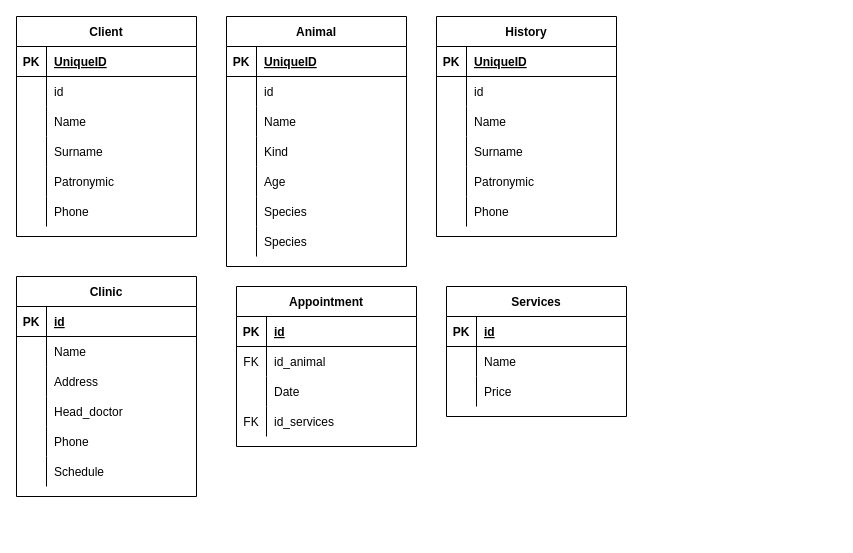
Above: Untitled Diagram.drawio in 21shunya/vet (draw.io), before the change. Source tidied: cells renumbered, new cells numbered last; positions are measured from the earlier drawing's top-left corner, leaving out a move shared by most shapes. Both pictures are drawn from the tidied source at 100%, with x=0, y=0 at pixel (16, 16).
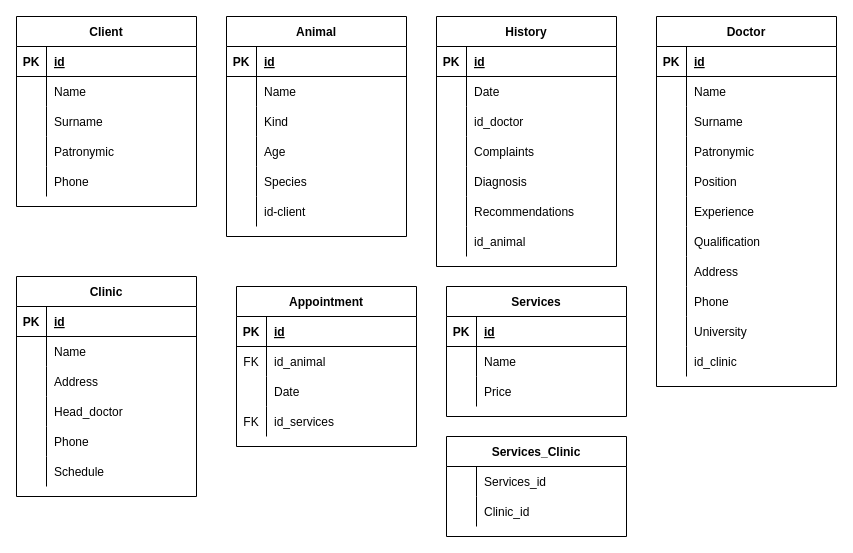
The same page after the edit.

Unchanged cells that the change refers to:
```xml
<mxCell id="3" style="shape=partialRectangle;fillColor=none;top=0;left=0;bottom=1;right=0;" parent="2" vertex="1">
  <mxGeometry y="30" width="180" height="30" as="geometry" />
</mxCell>
<mxCell id="22" style="shape=partialRectangle;fillColor=none;top=0;left=0;bottom=1;right=0;" parent="21" vertex="1">
  <mxGeometry y="30" width="180" height="30" as="geometry" />
</mxCell>
<mxCell id="44" style="shape=partialRectangle;fillColor=none;top=0;left=0;bottom=1;right=0;" parent="43" vertex="1">
  <mxGeometry y="30" width="180" height="30" as="geometry" />
</mxCell>
```

What changed in the source:
```diff
@@
     <mxCell id="2" value="Client" style="shape=table;startSize=30;childLayout=tableLayout;rowLines=0;fontStyle=1;align=center;" parent="1" vertex="1">
-      <mxGeometry width="180" height="220" as="geometry" />
+      <mxGeometry width="180" height="190" as="geometry" />
     </mxCell>
@@
-    <mxCell id="5" value="UniqueID" style="shape=partialRectangle;fillColor=none;top=0;left=0;bottom=0;right=0;align=left;spacingLeft=6;fontStyle=5;overflow=hidden;" parent="3" vertex="1">
+    <mxCell id="5" value="id" style="shape=partialRectangle;fillColor=none;top=0;left=0;bottom=0;right=0;align=left;spacingLeft=6;fontStyle=5;overflow=hidden;" parent="3" vertex="1">
       <mxGeometry x="30" width="150" height="30" as="geometry" />
     </mxCell>
-    <mxCell id="6" style="shape=partialRectangle;fillColor=none;top=0;left=0;bottom=0;right=0;" parent="2" vertex="1">
-      <mxGeometry y="60" width="180" height="30" as="geometry" />
-    </mxCell>
-    <mxCell id="7" style="shape=partialRectangle;fillColor=none;top=0;left=0;bottom=0;right=0;overflow=hidden;" parent="6" vertex="1">
-      <mxGeometry width="30" height="30" as="geometry" />
-    </mxCell>
-    <mxCell id="8" value="id" style="shape=partialRectangle;fillColor=none;top=0;left=0;bottom=0;right=0;align=left;spacingLeft=6;overflow=hidden;" parent="6" vertex="1">
-      <mxGeometry x="30" width="150" height="30" as="geometry" />
-    </mxCell>
     <mxCell id="9" style="shape=partialRectangle;fillColor=none;top=0;left=0;bottom=0;right=0;" parent="2" vertex="1">
-      <mxGeometry y="90" width="180" height="30" as="geometry" />
+      <mxGeometry y="60" width="180" height="30" as="geometry" />
     </mxCell>
@@
     <mxCell id="12" style="shape=partialRectangle;fillColor=none;top=0;left=0;bottom=0;right=0;" parent="2" vertex="1">
-      <mxGeometry y="120" width="180" height="30" as="geometry" />
+      <mxGeometry y="90" width="180" height="30" as="geometry" />
     </mxCell>
@@
     <mxCell id="15" style="shape=partialRectangle;fillColor=none;top=0;left=0;bottom=0;right=0;" parent="2" vertex="1">
-      <mxGeometry y="150" width="180" height="30" as="geometry" />
+      <mxGeometry y="120" width="180" height="30" as="geometry" />
     </mxCell>
@@
     <mxCell id="18" style="shape=partialRectangle;fillColor=none;top=0;left=0;bottom=0;right=0;" parent="2" vertex="1">
-      <mxGeometry y="180" width="180" height="30" as="geometry" />
+      <mxGeometry y="150" width="180" height="30" as="geometry" />
     </mxCell>
@@
     <mxCell id="21" value="Animal" style="shape=table;startSize=30;childLayout=tableLayout;rowLines=0;fontStyle=1;align=center;" parent="1" vertex="1">
-      <mxGeometry x="210" width="180" height="250" as="geometry" />
+      <mxGeometry x="210" width="180" height="220" as="geometry" />
     </mxCell>
@@
-    <mxCell id="24" value="UniqueID" style="shape=partialRectangle;fillColor=none;top=0;left=0;bottom=0;right=0;align=left;spacingLeft=6;fontStyle=5;overflow=hidden;" parent="22" vertex="1">
+    <mxCell id="24" value="id" style="shape=partialRectangle;fillColor=none;top=0;left=0;bottom=0;right=0;align=left;spacingLeft=6;fontStyle=5;overflow=hidden;" parent="22" vertex="1">
       <mxGeometry x="30" width="150" height="30" as="geometry" />
     </mxCell>
-    <mxCell id="25" style="shape=partialRectangle;fillColor=none;top=0;left=0;bottom=0;right=0;" parent="21" vertex="1">
-      <mxGeometry y="60" width="180" height="30" as="geometry" />
-    </mxCell>
-    <mxCell id="26" style="shape=partialRectangle;fillColor=none;top=0;left=0;bottom=0;right=0;overflow=hidden;" parent="25" vertex="1">
-      <mxGeometry width="30" height="30" as="geometry" />
-    </mxCell>
-    <mxCell id="27" value="id" style="shape=partialRectangle;fillColor=none;top=0;left=0;bottom=0;right=0;align=left;spacingLeft=6;overflow=hidden;" parent="25" vertex="1">
-      <mxGeometry x="30" width="150" height="30" as="geometry" />
-    </mxCell>
     <mxCell id="28" style="shape=partialRectangle;fillColor=none;top=0;left=0;bottom=0;right=0;" parent="21" vertex="1">
-      <mxGeometry y="90" width="180" height="30" as="geometry" />
+      <mxGeometry y="60" width="180" height="30" as="geometry" />
     </mxCell>
@@
     <mxCell id="31" style="shape=partialRectangle;fillColor=none;top=0;left=0;bottom=0;right=0;" parent="21" vertex="1">
-      <mxGeometry y="120" width="180" height="30" as="geometry" />
+      <mxGeometry y="90" width="180" height="30" as="geometry" />
     </mxCell>
@@
     <mxCell id="34" style="shape=partialRectangle;fillColor=none;top=0;left=0;bottom=0;right=0;" parent="21" vertex="1">
-      <mxGeometry y="150" width="180" height="30" as="geometry" />
+      <mxGeometry y="120" width="180" height="30" as="geometry" />
     </mxCell>
@@
     <mxCell id="37" style="shape=partialRectangle;fillColor=none;top=0;left=0;bottom=0;right=0;" parent="21" vertex="1">
-      <mxGeometry y="180" width="180" height="30" as="geometry" />
+      <mxGeometry y="150" width="180" height="30" as="geometry" />
     </mxCell>
@@
     <mxCell id="40" style="shape=partialRectangle;fillColor=none;top=0;left=0;bottom=0;right=0;" parent="21" vertex="1">
-      <mxGeometry y="210" width="180" height="30" as="geometry" />
+      <mxGeometry y="180" width="180" height="30" as="geometry" />
     </mxCell>
@@
-    <mxCell id="42" value="Species" style="shape=partialRectangle;fillColor=none;top=0;left=0;bottom=0;right=0;align=left;spacingLeft=6;overflow=hidden;" parent="40" vertex="1">
+    <mxCell id="42" value="id-client" style="shape=partialRectangle;fillColor=none;top=0;left=0;bottom=0;right=0;align=left;spacingLeft=6;overflow=hidden;" parent="40" vertex="1">
       <mxGeometry x="30" width="150" height="30" as="geometry" />
     </mxCell>
     <mxCell id="43" value="History" style="shape=table;startSize=30;childLayout=tableLayout;rowLines=0;fontStyle=1;align=center;" parent="1" vertex="1">
-      <mxGeometry x="420" width="180" height="220" as="geometry" />
+      <mxGeometry x="420" width="180" height="250" as="geometry" />
     </mxCell>
@@
-    <mxCell id="46" value="UniqueID" style="shape=partialRectangle;fillColor=none;top=0;left=0;bottom=0;right=0;align=left;spacingLeft=6;fontStyle=5;overflow=hidden;" parent="44" vertex="1">
+    <mxCell id="46" value="id" style="shape=partialRectangle;fillColor=none;top=0;left=0;bottom=0;right=0;align=left;spacingLeft=6;fontStyle=5;overflow=hidden;" parent="44" vertex="1">
       <mxGeometry x="30" width="150" height="30" as="geometry" />
     </mxCell>
-    <mxCell id="47" style="shape=partialRectangle;fillColor=none;top=0;left=0;bottom=0;right=0;" parent="43" vertex="1">
-      <mxGeometry y="60" width="180" height="30" as="geometry" />
-    </mxCell>
-    <mxCell id="48" style="shape=partialRectangle;fillColor=none;top=0;left=0;bottom=0;right=0;overflow=hidden;" parent="47" vertex="1">
-      <mxGeometry width="30" height="30" as="geometry" />
-    </mxCell>
-    <mxCell id="49" value="id" style="shape=partialRectangle;fillColor=none;top=0;left=0;bottom=0;right=0;align=left;spacingLeft=6;overflow=hidden;" parent="47" vertex="1">
-      <mxGeometry x="30" width="150" height="30" as="geometry" />
-    </mxCell>
     <mxCell id="50" style="shape=partialRectangle;fillColor=none;top=0;left=0;bottom=0;right=0;" parent="43" vertex="1">
-      <mxGeometry y="90" width="180" height="30" as="geometry" />
+      <mxGeometry y="60" width="180" height="30" as="geometry" />
     </mxCell>
@@
-    <mxCell id="52" value="Name" style="shape=partialRectangle;fillColor=none;top=0;left=0;bottom=0;right=0;align=left;spacingLeft=6;overflow=hidden;" parent="50" vertex="1">
+    <mxCell id="52" value="Date" style="shape=partialRectangle;fillColor=none;top=0;left=0;bottom=0;right=0;align=left;spacingLeft=6;overflow=hidden;" parent="50" vertex="1">
       <mxGeometry x="30" width="150" height="30" as="geometry" />
     </mxCell>
     <mxCell id="53" style="shape=partialRectangle;fillColor=none;top=0;left=0;bottom=0;right=0;" parent="43" vertex="1">
-      <mxGeometry y="120" width="180" height="30" as="geometry" />
+      <mxGeometry y="90" width="180" height="30" as="geometry" />
     </mxCell>
@@
-    <mxCell id="55" value="Surname" style="shape=partialRectangle;fillColor=none;top=0;left=0;bottom=0;right=0;align=left;spacingLeft=6;overflow=hidden;" parent="53" vertex="1">
+    <mxCell id="55" value="id_doctor" style="shape=partialRectangle;fillColor=none;top=0;left=0;bottom=0;right=0;align=left;spacingLeft=6;overflow=hidden;" parent="53" vertex="1">
       <mxGeometry x="30" width="150" height="30" as="geometry" />
     </mxCell>
     <mxCell id="56" style="shape=partialRectangle;fillColor=none;top=0;left=0;bottom=0;right=0;" parent="43" vertex="1">
-      <mxGeometry y="150" width="180" height="30" as="geometry" />
+      <mxGeometry y="120" width="180" height="30" as="geometry" />
     </mxCell>
@@
-    <mxCell id="58" value="Patronymic" style="shape=partialRectangle;fillColor=none;top=0;left=0;bottom=0;right=0;align=left;spacingLeft=6;overflow=hidden;" parent="56" vertex="1">
+    <mxCell id="58" value="Complaints" style="shape=partialRectangle;fillColor=none;top=0;left=0;bottom=0;right=0;align=left;spacingLeft=6;overflow=hidden;" parent="56" vertex="1">
       <mxGeometry x="30" width="150" height="30" as="geometry" />
     </mxCell>
     <mxCell id="59" style="shape=partialRectangle;fillColor=none;top=0;left=0;bottom=0;right=0;" parent="43" vertex="1">
-      <mxGeometry y="180" width="180" height="30" as="geometry" />
+      <mxGeometry y="150" width="180" height="30" as="geometry" />
     </mxCell>
@@
-    <mxCell id="61" value="Phone" style="shape=partialRectangle;fillColor=none;top=0;left=0;bottom=0;right=0;align=left;spacingLeft=6;overflow=hidden;" parent="59" vertex="1">
+    <mxCell id="61" value="Diagnosis" style="shape=partialRectangle;fillColor=none;top=0;left=0;bottom=0;right=0;align=left;spacingLeft=6;overflow=hidden;" parent="59" vertex="1">
       <mxGeometry x="30" width="150" height="30" as="geometry" />
     </mxCell>
+    <mxCell id="104" style="shape=partialRectangle;fillColor=none;top=0;left=0;bottom=0;right=0;" parent="43" vertex="1">
+      <mxGeometry y="180" width="180" height="30" as="geometry" />
+    </mxCell>
+    <mxCell id="105" style="shape=partialRectangle;fillColor=none;top=0;left=0;bottom=0;right=0;overflow=hidden;" parent="104" vertex="1">
+      <mxGeometry width="30" height="30" as="geometry" />
+    </mxCell>
+    <mxCell id="106" value="Recommendations" style="shape=partialRectangle;fillColor=none;top=0;left=0;bottom=0;right=0;align=left;spacingLeft=6;overflow=hidden;" parent="104" vertex="1">
+      <mxGeometry x="30" width="150" height="30" as="geometry" />
+    </mxCell>
+    <mxCell id="107" style="shape=partialRectangle;fillColor=none;top=0;left=0;bottom=0;right=0;" parent="43" vertex="1">
+      <mxGeometry y="210" width="180" height="30" as="geometry" />
+    </mxCell>
+    <mxCell id="108" style="shape=partialRectangle;fillColor=none;top=0;left=0;bottom=0;right=0;overflow=hidden;" parent="107" vertex="1">
+      <mxGeometry width="30" height="30" as="geometry" />
+    </mxCell>
+    <mxCell id="109" value="id_animal" style="shape=partialRectangle;fillColor=none;top=0;left=0;bottom=0;right=0;align=left;spacingLeft=6;overflow=hidden;" parent="107" vertex="1">
+      <mxGeometry x="30" width="150" height="30" as="geometry" />
+    </mxCell>
+    <mxCell id="110" value="Doctor" style="shape=table;startSize=30;childLayout=tableLayout;rowLines=0;fontStyle=1;align=center;" parent="1" vertex="1">
+      <mxGeometry x="640" width="180" height="370" as="geometry" />
+    </mxCell>
+    <mxCell id="111" style="shape=partialRectangle;fillColor=none;top=0;left=0;bottom=1;right=0;" parent="110" vertex="1">
+      <mxGeometry y="30" width="180" height="30" as="geometry" />
+    </mxCell>
+    <mxCell id="112" value="PK" style="shape=partialRectangle;fillColor=none;top=0;left=0;bottom=0;right=0;fontStyle=1;overflow=hidden;" parent="111" vertex="1">
+      <mxGeometry width="30" height="30" as="geometry" />
+    </mxCell>
+    <mxCell id="113" value="id" style="shape=partialRectangle;fillColor=none;top=0;left=0;bottom=0;right=0;align=left;spacingLeft=6;fontStyle=5;overflow=hidden;" parent="111" vertex="1">
+      <mxGeometry x="30" width="150" height="30" as="geometry" />
+    </mxCell>
+    <mxCell id="114" style="shape=partialRectangle;fillColor=none;top=0;left=0;bottom=0;right=0;" parent="110" vertex="1">
+      <mxGeometry y="60" width="180" height="30" as="geometry" />
+    </mxCell>
+    <mxCell id="115" style="shape=partialRectangle;fillColor=none;top=0;left=0;bottom=0;right=0;overflow=hidden;" parent="114" vertex="1">
+      <mxGeometry width="30" height="30" as="geometry" />
+    </mxCell>
+    <mxCell id="116" value="Name" style="shape=partialRectangle;fillColor=none;top=0;left=0;bottom=0;right=0;align=left;spacingLeft=6;overflow=hidden;" parent="114" vertex="1">
+      <mxGeometry x="30" width="150" height="30" as="geometry" />
+    </mxCell>
+    <mxCell id="117" style="shape=partialRectangle;fillColor=none;top=0;left=0;bottom=0;right=0;" parent="110" vertex="1">
+      <mxGeometry y="90" width="180" height="30" as="geometry" />
+    </mxCell>
+    <mxCell id="118" style="shape=partialRectangle;fillColor=none;top=0;left=0;bottom=0;right=0;overflow=hidden;" parent="117" vertex="1">
+      <mxGeometry width="30" height="30" as="geometry" />
+    </mxCell>
+    <mxCell id="119" value="Surname" style="shape=partialRectangle;fillColor=none;top=0;left=0;bottom=0;right=0;align=left;spacingLeft=6;overflow=hidden;" parent="117" vertex="1">
+      <mxGeometry x="30" width="150" height="30" as="geometry" />
+    </mxCell>
+    <mxCell id="120" style="shape=partialRectangle;fillColor=none;top=0;left=0;bottom=0;right=0;" parent="110" vertex="1">
+      <mxGeometry y="120" width="180" height="30" as="geometry" />
+    </mxCell>
+    <mxCell id="121" style="shape=partialRectangle;fillColor=none;top=0;left=0;bottom=0;right=0;overflow=hidden;" parent="120" vertex="1">
+      <mxGeometry width="30" height="30" as="geometry" />
+    </mxCell>
+    <mxCell id="122" value="Patronymic" style="shape=partialRectangle;fillColor=none;top=0;left=0;bottom=0;right=0;align=left;spacingLeft=6;overflow=hidden;" parent="120" vertex="1">
+      <mxGeometry x="30" width="150" height="30" as="geometry" />
+    </mxCell>
+    <mxCell id="123" style="shape=partialRectangle;fillColor=none;top=0;left=0;bottom=0;right=0;" parent="110" vertex="1">
+      <mxGeometry y="150" width="180" height="30" as="geometry" />
+    </mxCell>
+    <mxCell id="124" style="shape=partialRectangle;fillColor=none;top=0;left=0;bottom=0;right=0;overflow=hidden;" parent="123" vertex="1">
+      <mxGeometry width="30" height="30" as="geometry" />
+    </mxCell>
+    <mxCell id="125" value="Position" style="shape=partialRectangle;fillColor=none;top=0;left=0;bottom=0;right=0;align=left;spacingLeft=6;overflow=hidden;" parent="123" vertex="1">
+      <mxGeometry x="30" width="150" height="30" as="geometry" />
+    </mxCell>
+    <mxCell id="126" style="shape=partialRectangle;fillColor=none;top=0;left=0;bottom=0;right=0;" parent="110" vertex="1">
+      <mxGeometry y="180" width="180" height="30" as="geometry" />
+    </mxCell>
+    <mxCell id="127" style="shape=partialRectangle;fillColor=none;top=0;left=0;bottom=0;right=0;overflow=hidden;" parent="126" vertex="1">
+      <mxGeometry width="30" height="30" as="geometry" />
+    </mxCell>
+    <mxCell id="128" value="Experience" style="shape=partialRectangle;fillColor=none;top=0;left=0;bottom=0;right=0;align=left;spacingLeft=6;overflow=hidden;" parent="126" vertex="1">
+      <mxGeometry x="30" width="150" height="30" as="geometry" />
+    </mxCell>
+    <mxCell id="129" style="shape=partialRectangle;fillColor=none;top=0;left=0;bottom=0;right=0;" parent="110" vertex="1">
+      <mxGeometry y="210" width="180" height="30" as="geometry" />
+    </mxCell>
+    <mxCell id="130" style="shape=partialRectangle;fillColor=none;top=0;left=0;bottom=0;right=0;overflow=hidden;" parent="129" vertex="1">
+      <mxGeometry width="30" height="30" as="geometry" />
+    </mxCell>
+    <mxCell id="131" value="Qualification" style="shape=partialRectangle;fillColor=none;top=0;left=0;bottom=0;right=0;align=left;spacingLeft=6;overflow=hidden;" parent="129" vertex="1">
+      <mxGeometry x="30" width="150" height="30" as="geometry" />
+    </mxCell>
+    <mxCell id="132" style="shape=partialRectangle;fillColor=none;top=0;left=0;bottom=0;right=0;" parent="110" vertex="1">
+      <mxGeometry y="240" width="180" height="30" as="geometry" />
+    </mxCell>
+    <mxCell id="133" style="shape=partialRectangle;fillColor=none;top=0;left=0;bottom=0;right=0;overflow=hidden;" parent="132" vertex="1">
+      <mxGeometry width="30" height="30" as="geometry" />
+    </mxCell>
+    <mxCell id="134" value="Address" style="shape=partialRectangle;fillColor=none;top=0;left=0;bottom=0;right=0;align=left;spacingLeft=6;overflow=hidden;" parent="132" vertex="1">
+      <mxGeometry x="30" width="150" height="30" as="geometry" />
+    </mxCell>
+    <mxCell id="135" style="shape=partialRectangle;fillColor=none;top=0;left=0;bottom=0;right=0;" parent="110" vertex="1">
+      <mxGeometry y="270" width="180" height="30" as="geometry" />
+    </mxCell>
+    <mxCell id="136" style="shape=partialRectangle;fillColor=none;top=0;left=0;bottom=0;right=0;overflow=hidden;" parent="135" vertex="1">
+      <mxGeometry width="30" height="30" as="geometry" />
+    </mxCell>
+    <mxCell id="137" value="Phone" style="shape=partialRectangle;fillColor=none;top=0;left=0;bottom=0;right=0;align=left;spacingLeft=6;overflow=hidden;" parent="135" vertex="1">
+      <mxGeometry x="30" width="150" height="30" as="geometry" />
+    </mxCell>
+    <mxCell id="138" style="shape=partialRectangle;fillColor=none;top=0;left=0;bottom=0;right=0;" parent="110" vertex="1">
+      <mxGeometry y="300" width="180" height="30" as="geometry" />
+    </mxCell>
+    <mxCell id="139" style="shape=partialRectangle;fillColor=none;top=0;left=0;bottom=0;right=0;overflow=hidden;" parent="138" vertex="1">
+      <mxGeometry width="30" height="30" as="geometry" />
+    </mxCell>
+    <mxCell id="140" value="University" style="shape=partialRectangle;fillColor=none;top=0;left=0;bottom=0;right=0;align=left;spacingLeft=6;overflow=hidden;" parent="138" vertex="1">
+      <mxGeometry x="30" width="150" height="30" as="geometry" />
+    </mxCell>
+    <mxCell id="141" style="shape=partialRectangle;fillColor=none;top=0;left=0;bottom=0;right=0;" parent="110" vertex="1">
+      <mxGeometry y="330" width="180" height="30" as="geometry" />
+    </mxCell>
+    <mxCell id="142" style="shape=partialRectangle;fillColor=none;top=0;left=0;bottom=0;right=0;overflow=hidden;" parent="141" vertex="1">
+      <mxGeometry width="30" height="30" as="geometry" />
+    </mxCell>
+    <mxCell id="143" value="id_clinic" style="shape=partialRectangle;fillColor=none;top=0;left=0;bottom=0;right=0;align=left;spacingLeft=6;overflow=hidden;" parent="141" vertex="1">
+      <mxGeometry x="30" width="150" height="30" as="geometry" />
+    </mxCell>
@@
+    <mxCell id="144" value="Services_Clinic" style="shape=table;startSize=30;childLayout=tableLayout;rowLines=0;fontStyle=1;align=center;" parent="1" vertex="1">
+      <mxGeometry x="430" y="420" width="180" height="100" as="geometry" />
+    </mxCell>
+    <mxCell id="145" style="shape=partialRectangle;fillColor=none;top=0;left=0;bottom=0;right=0;" parent="144" vertex="1">
+      <mxGeometry y="30" width="180" height="30" as="geometry" />
+    </mxCell>
+    <mxCell id="146" style="shape=partialRectangle;fillColor=none;top=0;left=0;bottom=0;right=0;overflow=hidden;" parent="145" vertex="1">
+      <mxGeometry width="30" height="30" as="geometry" />
+    </mxCell>
+    <mxCell id="147" value="Services_id" style="shape=partialRectangle;fillColor=none;top=0;left=0;bottom=0;right=0;align=left;spacingLeft=6;overflow=hidden;" parent="145" vertex="1">
+      <mxGeometry x="30" width="150" height="30" as="geometry" />
+    </mxCell>
+    <mxCell id="148" style="shape=partialRectangle;fillColor=none;top=0;left=0;bottom=0;right=0;" parent="144" vertex="1">
+      <mxGeometry y="60" width="180" height="30" as="geometry" />
+    </mxCell>
+    <mxCell id="149" style="shape=partialRectangle;fillColor=none;top=0;left=0;bottom=0;right=0;overflow=hidden;" parent="148" vertex="1">
+      <mxGeometry width="30" height="30" as="geometry" />
+    </mxCell>
+    <mxCell id="150" value="Clinic_id" style="shape=partialRectangle;fillColor=none;top=0;left=0;bottom=0;right=0;align=left;spacingLeft=6;overflow=hidden;" parent="148" vertex="1">
+      <mxGeometry x="30" width="150" height="30" as="geometry" />
+    </mxCell>
```
